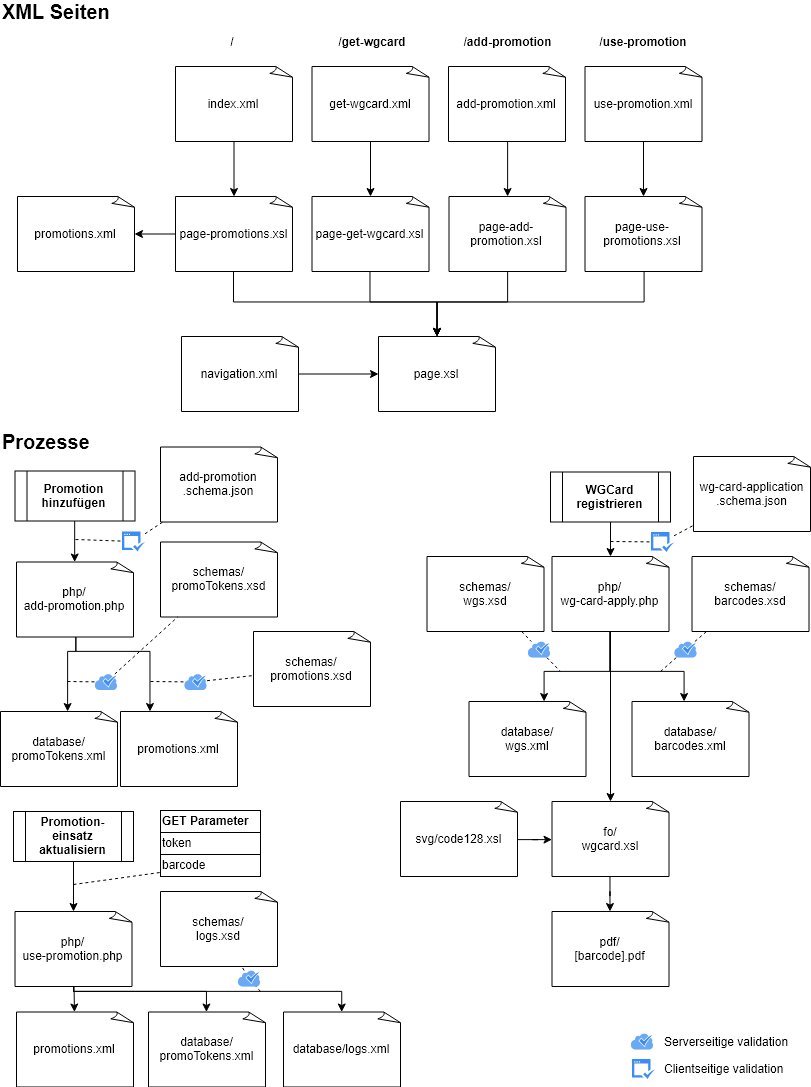
BigSisl/xml-wgcard keeps this draw.io diagram as doc/archidecture-diagram.png. Above is the earlier version. Source tidied: cells renumbered, new cells last; positions are measured from the earlier drawing's top-left corner, leaving out a move shared by most shapes.
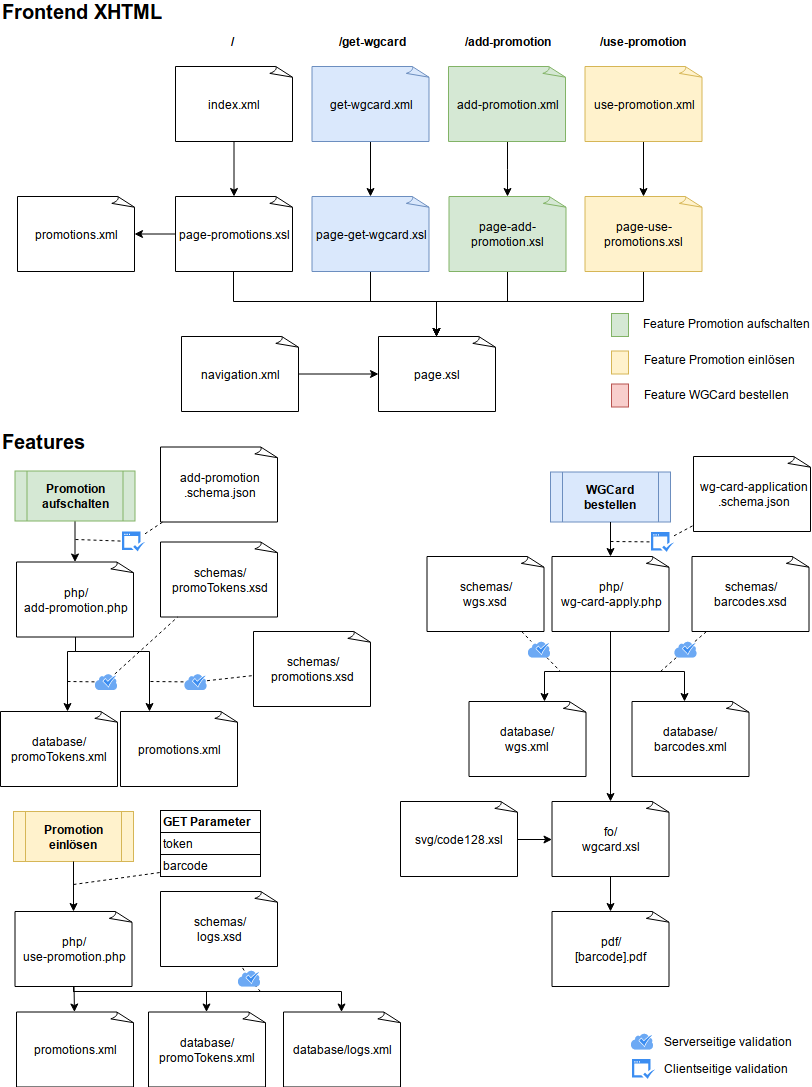
The same file after the commit.

Commit message:
update architecture diagram

The edit, as a diff of the source:
```diff
@@ -40,7 +40,7 @@
     <mxCell id="12" style="edgeStyle=orthogonalEdgeStyle;rounded=0;jettySize=auto;html=1;" parent="1" edge="1" source="13" target="15">
       <mxGeometry relative="1" as="geometry" />
     </mxCell>
-    <mxCell id="13" value="get-wgcard.xml" style="whiteSpace=wrap;html=1;shape=mxgraph.basic.document;" parent="1" vertex="1">
+    <mxCell id="13" value="get-wgcard.xml" style="whiteSpace=wrap;html=1;shape=mxgraph.basic.document;fillColor=#dae8fc;strokeColor=#6c8ebf;" parent="1" vertex="1">
       <mxGeometry x="311.5" y="65" width="117" height="75" as="geometry" />
     </mxCell>
     <mxCell id="14" style="edgeStyle=orthogonalEdgeStyle;rounded=0;jettySize=auto;html=1;" parent="1" edge="1" source="15" target="9">
@@ -51,7 +51,7 @@
         </Array>
       </mxGeometry>
     </mxCell>
-    <mxCell id="15" value="page-get-wgcard.xsl" style="whiteSpace=wrap;html=1;shape=mxgraph.basic.document;" parent="1" vertex="1">
+    <mxCell id="15" value="page-get-wgcard.xsl" style="whiteSpace=wrap;html=1;shape=mxgraph.basic.document;fillColor=#dae8fc;strokeColor=#6c8ebf;" parent="1" vertex="1">
       <mxGeometry x="311.5" y="195" width="117" height="75" as="geometry" />
     </mxCell>
     <mxCell id="16" value="/&lt;span&gt;get-wgcard&lt;/span&gt;" style="text;html=1;strokeColor=none;fillColor=none;align=center;verticalAlign=middle;whiteSpace=wrap;rounded=0;fontStyle=1;" parent="1" vertex="1">
@@ -60,7 +60,7 @@
     <mxCell id="17" style="edgeStyle=orthogonalEdgeStyle;rounded=0;jettySize=auto;html=1;" parent="1" edge="1" source="18" target="20">
       <mxGeometry relative="1" as="geometry" />
     </mxCell>
-    <mxCell id="18" value="add-promotion.xml" style="whiteSpace=wrap;html=1;shape=mxgraph.basic.document;" parent="1" vertex="1">
+    <mxCell id="18" value="add-promotion.xml" style="whiteSpace=wrap;html=1;shape=mxgraph.basic.document;fillColor=#d5e8d4;strokeColor=#82b366;" parent="1" vertex="1">
       <mxGeometry x="448" y="65" width="117" height="75" as="geometry" />
     </mxCell>
     <mxCell id="19" style="edgeStyle=orthogonalEdgeStyle;rounded=0;jettySize=auto;html=1;" parent="1" edge="1" source="20" target="9">
@@ -71,13 +71,13 @@
         </Array>
       </mxGeometry>
     </mxCell>
-    <mxCell id="20" value="page-add-promotion.xsl" style="whiteSpace=wrap;html=1;shape=mxgraph.basic.document;" parent="1" vertex="1">
+    <mxCell id="20" value="page-add-promotion.xsl" style="whiteSpace=wrap;html=1;shape=mxgraph.basic.document;fillColor=#d5e8d4;strokeColor=#82b366;" parent="1" vertex="1">
       <mxGeometry x="448.5" y="195" width="117" height="75" as="geometry" />
     </mxCell>
     <mxCell id="21" style="edgeStyle=orthogonalEdgeStyle;rounded=0;jettySize=auto;html=1;" parent="1" edge="1" source="22" target="24">
       <mxGeometry relative="1" as="geometry" />
     </mxCell>
-    <mxCell id="22" value="use-promotion.xml" style="whiteSpace=wrap;html=1;shape=mxgraph.basic.document;" parent="1" vertex="1">
+    <mxCell id="22" value="use-promotion.xml" style="whiteSpace=wrap;html=1;shape=mxgraph.basic.document;fillColor=#fff2cc;strokeColor=#d6b656;" parent="1" vertex="1">
       <mxGeometry x="584.5" y="65" width="117" height="75" as="geometry" />
     </mxCell>
     <mxCell id="23" style="edgeStyle=orthogonalEdgeStyle;rounded=0;jettySize=auto;html=1;" parent="1" edge="1" source="24" target="9">
@@ -88,7 +88,7 @@
         </Array>
       </mxGeometry>
     </mxCell>
-    <mxCell id="24" value="page-use-promotions.xsl" style="whiteSpace=wrap;html=1;shape=mxgraph.basic.document;" parent="1" vertex="1">
+    <mxCell id="24" value="page-use-promotions.xsl" style="whiteSpace=wrap;html=1;shape=mxgraph.basic.document;fillColor=#fff2cc;strokeColor=#d6b656;" parent="1" vertex="1">
       <mxGeometry x="584.5" y="195" width="117" height="75" as="geometry" />
     </mxCell>
     <mxCell id="25" value="/&lt;span&gt;add-promotion&lt;/span&gt;" style="text;html=1;strokeColor=none;fillColor=none;align=center;verticalAlign=middle;whiteSpace=wrap;rounded=0;fontStyle=1;" parent="1" vertex="1">
@@ -97,10 +97,10 @@
     <mxCell id="26" value="&lt;span&gt;/use-promotion&lt;br&gt;&lt;/span&gt;" style="text;html=1;strokeColor=none;fillColor=none;align=center;verticalAlign=middle;whiteSpace=wrap;rounded=0;fontStyle=1;" parent="1" vertex="1">
       <mxGeometry x="585.5" y="30" width="114" height="20" as="geometry" />
     </mxCell>
-    <mxCell id="27" value="XML Seiten" style="text;html=1;strokeColor=none;fillColor=none;align=left;verticalAlign=middle;whiteSpace=wrap;rounded=0;fontSize=20;fontStyle=1;" parent="1" vertex="1">
+    <mxCell id="27" value="Frontend XHTML&lt;br&gt;" style="text;html=1;strokeColor=none;fillColor=none;align=left;verticalAlign=middle;whiteSpace=wrap;rounded=0;fontSize=20;fontStyle=1;" parent="1" vertex="1">
       <mxGeometry width="733" height="20" as="geometry" />
     </mxCell>
-    <mxCell id="28" value="Prozesse" style="text;html=1;strokeColor=none;fillColor=none;align=left;verticalAlign=middle;whiteSpace=wrap;rounded=0;fontSize=20;fontStyle=1;" parent="1" vertex="1">
+    <mxCell id="28" value="Features&lt;br&gt;" style="text;html=1;strokeColor=none;fillColor=none;align=left;verticalAlign=middle;whiteSpace=wrap;rounded=0;fontSize=20;fontStyle=1;" parent="1" vertex="1">
       <mxGeometry y="430" width="733" height="20" as="geometry" />
     </mxCell>
     <mxCell id="29" style="edgeStyle=orthogonalEdgeStyle;rounded=0;jettySize=auto;html=1;fontSize=20;" parent="1" edge="1" source="31" target="33">
@@ -131,7 +131,7 @@
     <mxCell id="34" style="edgeStyle=orthogonalEdgeStyle;rounded=0;jettySize=auto;html=1;fontSize=12;" parent="1" edge="1" source="35" target="31">
       <mxGeometry relative="1" as="geometry" />
     </mxCell>
-    <mxCell id="35" value="&lt;span style=&quot;font-size: 12px;&quot;&gt;&lt;font style=&quot;font-size: 12px;&quot;&gt;Promotion hinzufügen&lt;/font&gt;&lt;/span&gt;" style="shape=process;whiteSpace=wrap;html=1;backgroundOutline=1;fontSize=12;align=center;fontStyle=1;" parent="1" vertex="1">
+    <mxCell id="35" value="&lt;span style=&quot;font-size: 12px&quot;&gt;&lt;font style=&quot;font-size: 12px&quot;&gt;Promotion aufschalten&lt;/font&gt;&lt;/span&gt;" style="shape=process;whiteSpace=wrap;html=1;backgroundOutline=1;fontSize=12;align=center;fontStyle=1;fillColor=#d5e8d4;strokeColor=#82b366;" parent="1" vertex="1">
       <mxGeometry x="14.5" y="469.5" width="120" height="50" as="geometry" />
     </mxCell>
     <mxCell id="36" value="add-promotion&lt;br&gt;.schema.json&lt;br&gt;" style="whiteSpace=wrap;html=1;shape=mxgraph.basic.document;" parent="1" vertex="1">
@@ -188,7 +188,7 @@
         <mxPoint x="150" y="680" as="sourcePoint" />
       </mxGeometry>
     </mxCell>
-    <mxCell id="52" value="&lt;span style=&quot;font-size: 12px&quot;&gt;&lt;font style=&quot;font-size: 12px&quot;&gt;WGCard registrieren&lt;/font&gt;&lt;/span&gt;" style="shape=process;whiteSpace=wrap;html=1;backgroundOutline=1;fontSize=12;align=center;fontStyle=1;" parent="1" vertex="1">
+    <mxCell id="52" value="WGCard bestellen&lt;br&gt;" style="shape=process;whiteSpace=wrap;html=1;backgroundOutline=1;fontSize=12;align=center;fontStyle=1;fillColor=#dae8fc;strokeColor=#6c8ebf;" parent="1" vertex="1">
       <mxGeometry x="550" y="470.5" width="120" height="50" as="geometry" />
     </mxCell>
     <mxCell id="53" style="edgeStyle=orthogonalEdgeStyle;rounded=0;jettySize=auto;html=1;fontSize=12;" parent="1" edge="1" source="55" target="62">
@@ -279,7 +279,7 @@
     <mxCell id="76" style="endArrow=classic;html=1;fontSize=12;" parent="1" edge="1" source="55" target="73">
       <mxGeometry relative="1" as="geometry" />
     </mxCell>
-    <mxCell id="77" value="&lt;span style=&quot;font-size: 12px&quot;&gt;&lt;font style=&quot;font-size: 12px&quot;&gt;Promotion-einsatz aktualisiern&lt;/font&gt;&lt;/span&gt;" style="shape=process;whiteSpace=wrap;html=1;backgroundOutline=1;fontSize=12;align=center;fontStyle=1;" parent="1" vertex="1">
+    <mxCell id="77" value="Promotion einlösen&lt;br&gt;" style="shape=process;whiteSpace=wrap;html=1;backgroundOutline=1;fontSize=12;align=center;fontStyle=1;fillColor=#fff2cc;strokeColor=#d6b656;" parent="1" vertex="1">
       <mxGeometry x="13" y="810" width="120" height="50" as="geometry" />
     </mxCell>
     <mxCell id="78" value="php/&lt;br&gt;use-promotion.php" style="whiteSpace=wrap;html=1;shape=mxgraph.basic.document;" parent="1" vertex="1">
@@ -344,5 +344,23 @@
         <mxPoint x="260" y="990" as="sourcePoint" />
       </mxGeometry>
     </mxCell>
+    <mxCell id="94" value="Feature Promotion aufschalten&lt;br&gt;" style="text;html=1;strokeColor=none;fillColor=none;align=left;verticalAlign=middle;whiteSpace=wrap;rounded=0;fontSize=12;" parent="1" vertex="1">
+      <mxGeometry x="641" y="312" width="170" height="20" as="geometry" />
+    </mxCell>
+    <mxCell id="95" value="Feature Promotion einlösen&lt;br&gt;" style="text;html=1;strokeColor=none;fillColor=none;align=left;verticalAlign=middle;whiteSpace=wrap;rounded=0;fontSize=12;" parent="1" vertex="1">
+      <mxGeometry x="641.5" y="348" width="168" height="20" as="geometry" />
+    </mxCell>
+    <mxCell id="96" value="Feature WGCard bestellen&lt;br&gt;" style="text;html=1;strokeColor=none;fillColor=none;align=left;verticalAlign=middle;whiteSpace=wrap;rounded=0;fontSize=12;" parent="1" vertex="1">
+      <mxGeometry x="641.5" y="382.5" width="168" height="20" as="geometry" />
+    </mxCell>
+    <mxCell id="97" style="rounded=0;whiteSpace=wrap;html=1;fillColor=#d5e8d4;strokeColor=#82b366;" parent="1" vertex="1">
+      <mxGeometry x="611" y="312" width="17" height="23" as="geometry" />
+    </mxCell>
+    <mxCell id="98" style="rounded=0;whiteSpace=wrap;html=1;fillColor=#fff2cc;strokeColor=#d6b656;" parent="1" vertex="1">
+      <mxGeometry x="611" y="349.5" width="17" height="23" as="geometry" />
+    </mxCell>
+    <mxCell id="99" style="rounded=0;whiteSpace=wrap;html=1;fillColor=#f8cecc;strokeColor=#b85450;" parent="1" vertex="1">
+      <mxGeometry x="611" y="382.5" width="17" height="23" as="geometry" />
+    </mxCell>
   </root>
 </mxGraphModel>
```
